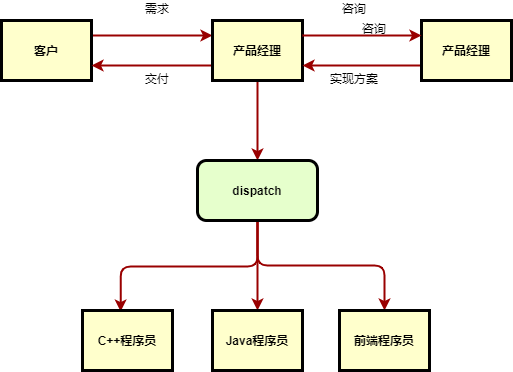
The draw.io diagram documents/images/reactor-simple.png in Houchengisnull/helloWorld, before a commit. Source tidied: cells renumbered, new cells last; positions are measured from the earlier drawing's top-left corner, leaving out a move shared by most shapes.
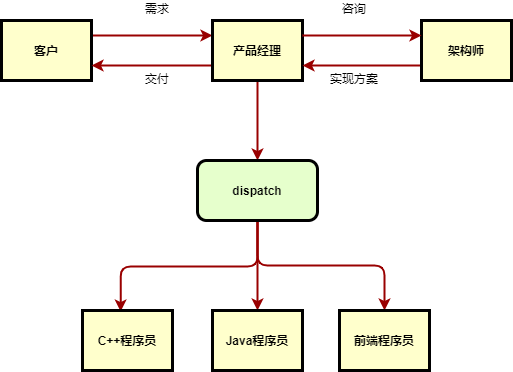
Later version of the same file.

Change to the diagram source:
```diff
@@ -26,7 +26,7 @@
     <mxCell id="9" style="edgeStyle=elbowEdgeStyle;jettySize=auto;elbow=horizontal;html=1;exitX=0;exitY=0.75;exitDx=0;exitDy=0;entryX=1;entryY=0.75;entryDx=0;entryDy=0;strokeColor=#990000;strokeWidth=2;" parent="1" edge="1" source="10" target="6">
       <mxGeometry relative="1" as="geometry" />
     </mxCell>
-    <mxCell id="10" value="产品经理" style="whiteSpace=wrap;align=center;verticalAlign=middle;fontStyle=1;strokeWidth=3;fillColor=#FFFFCC;" parent="1" vertex="1">
+    <mxCell id="10" value="架构师" style="whiteSpace=wrap;align=center;verticalAlign=middle;fontStyle=1;strokeWidth=3;fillColor=#FFFFCC;" parent="1" vertex="1">
       <mxGeometry x="420" y="20" width="90" height="60" as="geometry" />
     </mxCell>
     <mxCell id="11" style="edgeStyle=elbowEdgeStyle;jettySize=auto;elbow=horizontal;html=1;exitX=1;exitY=0.25;exitDx=0;exitDy=0;entryX=0;entryY=0.25;entryDx=0;entryDy=0;strokeColor=#990000;strokeWidth=2;" parent="1" edge="1" source="6" target="10">
@@ -50,9 +50,6 @@
     <mxCell id="17" value="dispatch" style="rounded=1;whiteSpace=wrap;html=1;strokeWidth=3;fillColor=#E6FFCC;fontStyle=1;" parent="1" vertex="1">
       <mxGeometry x="196" y="160" width="120" height="60" as="geometry" />
     </mxCell>
-    <mxCell id="18" value="咨询" style="text;spacingTop=-5;align=center;" parent="1" vertex="1">
-      <mxGeometry x="358" y="20" width="30" height="20" as="geometry" />
-    </mxCell>
     <mxCell id="19" value="C++程序员" style="whiteSpace=wrap;align=center;verticalAlign=middle;fontStyle=1;strokeWidth=3;fillColor=#FFFFCC;" parent="1" vertex="1">
       <mxGeometry x="81" y="310" width="90" height="60" as="geometry" />
     </mxCell>
```
